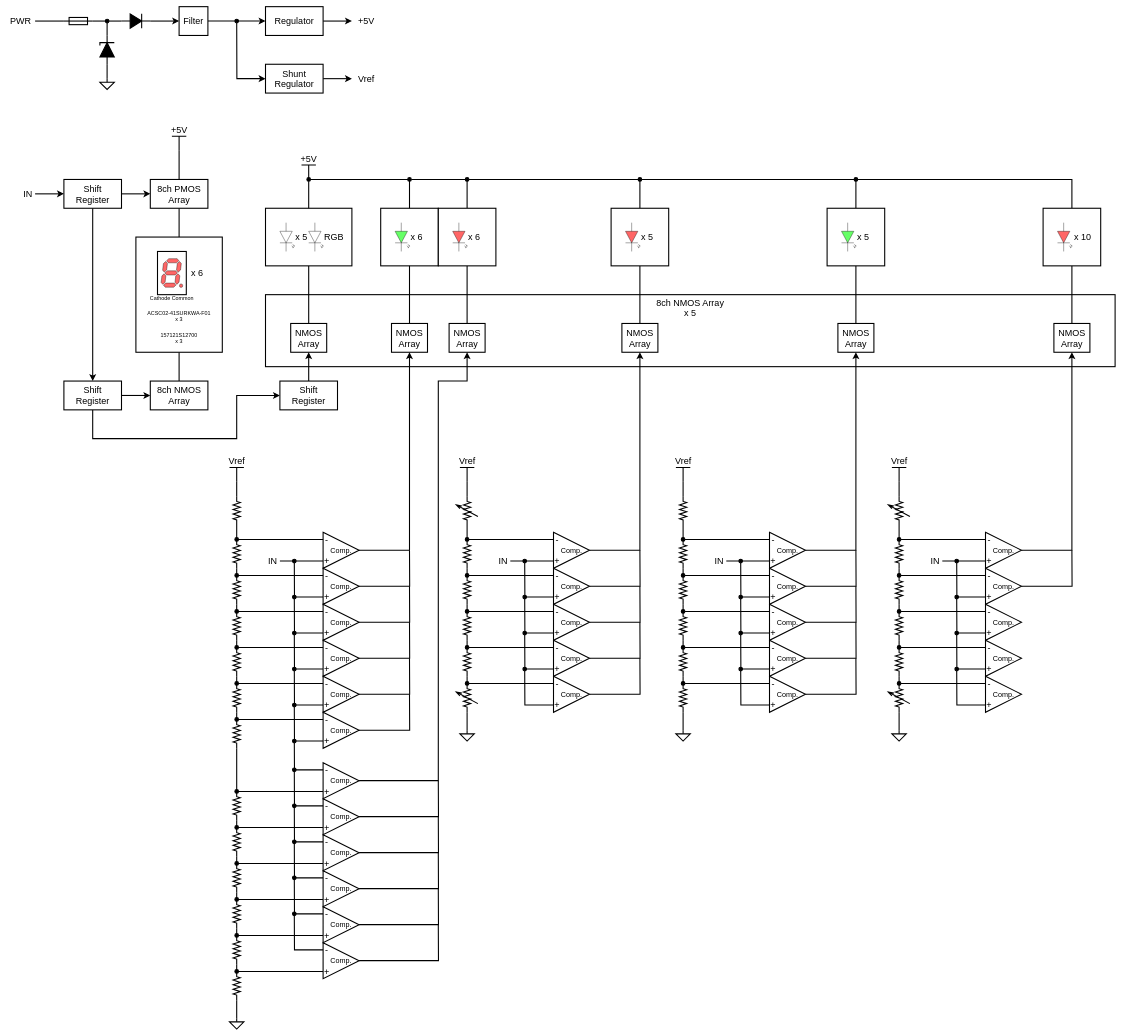
The draw.io diagram designdocs/block-diagram.drawio in ST04-tkmr/FET-PCB-meter, before the edit. Source tidied: cells renumbered, new cells numbered last; positions are measured from the earlier drawing's top-left corner, leaving out a move shared by most shapes. Both pictures are drawn from the tidied source at 36%, with x=0, y=0 at pixel (6, 6).
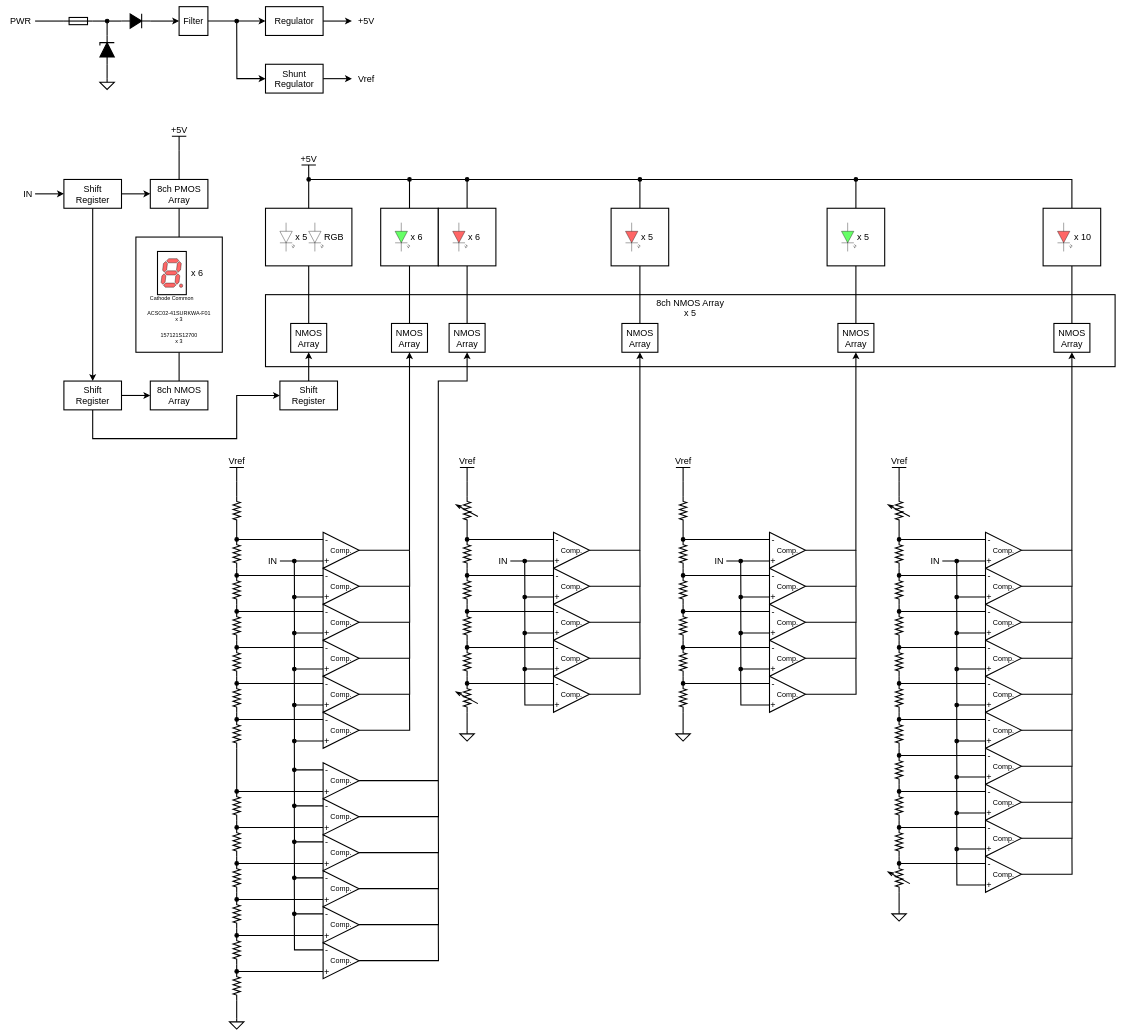
After the change.

Commit message:
add comparators for LED x 10

Unchanged cells that the change refers to:
```xml
<mxCell id="181" value="Comp." style="triangle;whiteSpace=wrap;html=1;fontSize=20;strokeWidth=3;" parent="1" vertex="1">
  <mxGeometry x="2720" y="1660" width="100" height="100" as="geometry" />
</mxCell>
<mxCell id="186" value="Comp." style="triangle;whiteSpace=wrap;html=1;fontSize=20;strokeWidth=3;" parent="1" vertex="1">
  <mxGeometry x="2720" y="1760" width="100" height="100" as="geometry" />
</mxCell>
<mxCell id="188" value="-" style="text;html=1;align=center;verticalAlign=middle;whiteSpace=wrap;rounded=0;fontSize=25;" parent="1" vertex="1">
  <mxGeometry x="2720" y="1770" width="20" height="20" as="geometry" />
</mxCell>
<mxCell id="191" value="Comp." style="triangle;whiteSpace=wrap;html=1;fontSize=20;strokeWidth=3;" parent="1" vertex="1">
  <mxGeometry x="2720" y="1860" width="100" height="100" as="geometry" />
</mxCell>
<mxCell id="193" value="-" style="text;html=1;align=center;verticalAlign=middle;whiteSpace=wrap;rounded=0;fontSize=25;" parent="1" vertex="1">
  <mxGeometry x="2720" y="1870" width="20" height="20" as="geometry" />
</mxCell>
<mxCell id="196" style="verticalLabelPosition=bottom;shadow=0;dashed=0;align=center;html=1;verticalAlign=top;shape=mxgraph.electrical.resistors.resistor_2;rotation=90;strokeWidth=3;" parent="1" vertex="1">
  <mxGeometry x="2440" y="1810" width="80" height="20" as="geometry" />
</mxCell>
```

What changed in the source:
```diff
@@
+    <mxCell id="321" style="edgeStyle=orthogonalEdgeStyle;shape=connector;rounded=0;jettySize=auto;html=1;exitX=1;exitY=0.5;exitDx=0;exitDy=0;strokeColor=default;strokeWidth=3;align=center;verticalAlign=middle;fontFamily=Helvetica;fontSize=11;fontColor=default;labelBackgroundColor=default;startFill=0;startSize=6;endArrow=none;endFill=1;endSize=10;" parent="1" edge="1" source="181">
+      <mxGeometry relative="1" as="geometry">
+        <mxPoint x="2960" y="1610" as="targetPoint" />
+      </mxGeometry>
+    </mxCell>
@@
+    <mxCell id="322" style="edgeStyle=orthogonalEdgeStyle;shape=connector;rounded=0;jettySize=auto;html=1;exitX=1;exitY=0.5;exitDx=0;exitDy=0;strokeColor=default;strokeWidth=3;align=center;verticalAlign=middle;fontFamily=Helvetica;fontSize=11;fontColor=default;labelBackgroundColor=default;startFill=0;startSize=6;endArrow=none;endFill=1;endSize=10;" parent="1" edge="1" source="186">
+      <mxGeometry relative="1" as="geometry">
+        <mxPoint x="2960" y="1710" as="targetPoint" />
+      </mxGeometry>
+    </mxCell>
@@
-    <mxCell id="187" style="edgeStyle=orthogonalEdgeStyle;shape=connector;rounded=0;jettySize=auto;html=1;exitX=0;exitY=0.5;exitDx=0;exitDy=0;strokeColor=default;strokeWidth=3;align=center;verticalAlign=middle;fontFamily=Helvetica;fontSize=11;fontColor=default;labelBackgroundColor=default;startFill=0;startSize=6;endArrow=oval;endFill=1;endSize=10;entryX=0;entryY=0.5;entryDx=0;entryDy=0;entryPerimeter=0;" parent="1" edge="1" source="188" target="196">
-      <mxGeometry relative="1" as="geometry">
-        <Array as="points">
-          <mxPoint x="2550" y="1780" />
-          <mxPoint x="2550" y="1780" />
-        </Array>
-      </mxGeometry>
+    <mxCell id="187" style="shape=connector;rounded=0;jettySize=auto;html=1;exitX=0;exitY=0.5;exitDx=0;exitDy=0;strokeColor=default;strokeWidth=3;align=center;verticalAlign=middle;fontFamily=Helvetica;fontSize=11;fontColor=default;labelBackgroundColor=default;startFill=0;startSize=6;endArrow=oval;endFill=1;endSize=10;entryX=0;entryY=0.5;entryDx=0;entryDy=0;entryPerimeter=0;" parent="1" edge="1" source="188" target="196">
+      <mxGeometry relative="1" as="geometry" />
     </mxCell>
@@
+    <mxCell id="323" style="edgeStyle=orthogonalEdgeStyle;shape=connector;rounded=0;jettySize=auto;html=1;exitX=1;exitY=0.5;exitDx=0;exitDy=0;strokeColor=default;strokeWidth=3;align=center;verticalAlign=middle;fontFamily=Helvetica;fontSize=11;fontColor=default;labelBackgroundColor=default;startFill=0;startSize=6;endArrow=none;endFill=1;endSize=10;" parent="1" edge="1" source="191">
+      <mxGeometry relative="1" as="geometry">
+        <mxPoint x="2960" y="1810" as="targetPoint" />
+      </mxGeometry>
+    </mxCell>
@@
-    <mxCell id="192" style="edgeStyle=orthogonalEdgeStyle;shape=connector;rounded=0;jettySize=auto;html=1;exitX=0;exitY=0.5;exitDx=0;exitDy=0;strokeColor=default;strokeWidth=3;align=center;verticalAlign=middle;fontFamily=Helvetica;fontSize=11;fontColor=default;labelBackgroundColor=default;startFill=0;endArrow=oval;endFill=1;startSize=6;endSize=10;entryX=1;entryY=0.5;entryDx=0;entryDy=0;entryPerimeter=0;" parent="1" edge="1" source="193" target="208">
-      <mxGeometry relative="1" as="geometry">
-        <Array as="points">
-          <mxPoint x="2550" y="1880" />
-          <mxPoint x="2550" y="1880" />
-        </Array>
-      </mxGeometry>
-    </mxCell>
@@
     <mxCell id="200" style="verticalLabelPosition=bottom;shadow=0;dashed=0;align=center;html=1;verticalAlign=top;shape=mxgraph.electrical.signal_sources.signal_ground;strokeWidth=3;" parent="1" vertex="1">
-      <mxGeometry x="2460" y="2010" width="40" height="30" as="geometry" />
+      <mxGeometry x="2460" y="2510" width="40" height="30" as="geometry" />
     </mxCell>
@@
     <mxCell id="208" style="verticalLabelPosition=bottom;shadow=0;dashed=0;align=center;html=1;verticalAlign=top;shape=mxgraph.electrical.resistors.variable_resistor_2;fontFamily=Helvetica;fontSize=11;fontColor=default;labelBackgroundColor=default;rotation=-90;strokeWidth=3;" parent="1" vertex="1">
-      <mxGeometry x="2440" y="1890" width="80" height="60" as="geometry" />
+      <mxGeometry x="2440" y="2390" width="80" height="60" as="geometry" />
     </mxCell>
-    <mxCell id="209" style="edgeStyle=orthogonalEdgeStyle;shape=connector;rounded=0;jettySize=auto;html=1;exitX=1;exitY=0.5;exitDx=0;exitDy=0;exitPerimeter=0;entryX=1;entryY=0.5;entryDx=0;entryDy=0;entryPerimeter=0;strokeColor=default;strokeWidth=3;align=center;verticalAlign=middle;fontFamily=Helvetica;fontSize=11;fontColor=default;labelBackgroundColor=default;startFill=0;startSize=6;endArrow=none;endFill=1;endSize=10;" parent="1" edge="1" source="208" target="196">
-      <mxGeometry relative="1" as="geometry" />
-    </mxCell>
@@
+    <mxCell id="324" style="edgeStyle=orthogonalEdgeStyle;shape=connector;rounded=0;jettySize=auto;html=1;exitX=1;exitY=0.5;exitDx=0;exitDy=0;strokeColor=default;strokeWidth=3;align=center;verticalAlign=middle;fontFamily=Helvetica;fontSize=11;fontColor=default;labelBackgroundColor=default;startFill=0;startSize=6;endArrow=none;endFill=1;endSize=10;" parent="1" edge="1" source="325">
+      <mxGeometry relative="1" as="geometry">
+        <mxPoint x="2960" y="1910" as="targetPoint" />
+      </mxGeometry>
+    </mxCell>
+    <mxCell id="325" value="Comp." style="triangle;whiteSpace=wrap;html=1;fontSize=20;strokeWidth=3;" parent="1" vertex="1">
+      <mxGeometry x="2720" y="1960" width="100" height="100" as="geometry" />
+    </mxCell>
+    <mxCell id="326" value="-" style="text;html=1;align=center;verticalAlign=middle;whiteSpace=wrap;rounded=0;fontSize=25;" parent="1" vertex="1">
+      <mxGeometry x="2720" y="1970" width="20" height="20" as="geometry" />
+    </mxCell>
+    <mxCell id="327" style="edgeStyle=orthogonalEdgeStyle;shape=connector;rounded=0;jettySize=auto;html=1;exitX=0;exitY=0.5;exitDx=0;exitDy=0;strokeColor=default;strokeWidth=3;align=center;verticalAlign=middle;fontFamily=Helvetica;fontSize=11;fontColor=default;labelBackgroundColor=default;startFill=0;startSize=6;endArrow=oval;endFill=1;endSize=10;" parent="1" edge="1" source="328">
+      <mxGeometry relative="1" as="geometry">
+        <mxPoint x="2640" y="1940" as="targetPoint" />
+      </mxGeometry>
+    </mxCell>
+    <mxCell id="328" value="+" style="text;html=1;align=center;verticalAlign=middle;whiteSpace=wrap;rounded=0;fontSize=25;" parent="1" vertex="1">
+      <mxGeometry x="2720" y="2030" width="20" height="20" as="geometry" />
+    </mxCell>
+    <mxCell id="329" style="edgeStyle=orthogonalEdgeStyle;shape=connector;rounded=0;jettySize=auto;html=1;exitX=1;exitY=0.5;exitDx=0;exitDy=0;strokeColor=default;strokeWidth=3;align=center;verticalAlign=middle;fontFamily=Helvetica;fontSize=11;fontColor=default;labelBackgroundColor=default;startFill=0;startSize=6;endArrow=none;endFill=1;endSize=10;" parent="1" edge="1" source="330">
+      <mxGeometry relative="1" as="geometry">
+        <mxPoint x="2960" y="2010" as="targetPoint" />
+      </mxGeometry>
+    </mxCell>
+    <mxCell id="330" value="Comp." style="triangle;whiteSpace=wrap;html=1;fontSize=20;strokeWidth=3;" parent="1" vertex="1">
+      <mxGeometry x="2720" y="2060" width="100" height="100" as="geometry" />
+    </mxCell>
+    <mxCell id="331" value="-" style="text;html=1;align=center;verticalAlign=middle;whiteSpace=wrap;rounded=0;fontSize=25;" parent="1" vertex="1">
+      <mxGeometry x="2720" y="2070" width="20" height="20" as="geometry" />
+    </mxCell>
+    <mxCell id="332" style="edgeStyle=orthogonalEdgeStyle;shape=connector;rounded=0;jettySize=auto;html=1;exitX=0;exitY=0.5;exitDx=0;exitDy=0;strokeColor=default;strokeWidth=3;align=center;verticalAlign=middle;fontFamily=Helvetica;fontSize=11;fontColor=default;labelBackgroundColor=default;startFill=0;startSize=6;endArrow=oval;endFill=1;endSize=10;" parent="1" edge="1" source="333">
+      <mxGeometry relative="1" as="geometry">
+        <mxPoint x="2640" y="2040" as="targetPoint" />
+      </mxGeometry>
+    </mxCell>
+    <mxCell id="333" value="+" style="text;html=1;align=center;verticalAlign=middle;whiteSpace=wrap;rounded=0;fontSize=25;" parent="1" vertex="1">
+      <mxGeometry x="2720" y="2130" width="20" height="20" as="geometry" />
+    </mxCell>
+    <mxCell id="334" style="edgeStyle=orthogonalEdgeStyle;shape=connector;rounded=0;jettySize=auto;html=1;exitX=1;exitY=0.5;exitDx=0;exitDy=0;strokeColor=default;strokeWidth=3;align=center;verticalAlign=middle;fontFamily=Helvetica;fontSize=11;fontColor=default;labelBackgroundColor=default;startFill=0;startSize=6;endArrow=none;endFill=1;endSize=10;" parent="1" edge="1" source="335">
+      <mxGeometry relative="1" as="geometry">
+        <mxPoint x="2960" y="2110" as="targetPoint" />
+      </mxGeometry>
+    </mxCell>
+    <mxCell id="335" value="Comp." style="triangle;whiteSpace=wrap;html=1;fontSize=20;strokeWidth=3;" parent="1" vertex="1">
+      <mxGeometry x="2720" y="2160" width="100" height="100" as="geometry" />
+    </mxCell>
+    <mxCell id="336" value="-" style="text;html=1;align=center;verticalAlign=middle;whiteSpace=wrap;rounded=0;fontSize=25;" parent="1" vertex="1">
+      <mxGeometry x="2720" y="2170" width="20" height="20" as="geometry" />
+    </mxCell>
+    <mxCell id="337" style="edgeStyle=orthogonalEdgeStyle;shape=connector;rounded=0;jettySize=auto;html=1;exitX=0;exitY=0.5;exitDx=0;exitDy=0;strokeColor=default;strokeWidth=3;align=center;verticalAlign=middle;fontFamily=Helvetica;fontSize=11;fontColor=default;labelBackgroundColor=default;startFill=0;startSize=6;endArrow=oval;endFill=1;endSize=10;" parent="1" edge="1" source="338">
+      <mxGeometry relative="1" as="geometry">
+        <mxPoint x="2640" y="2140" as="targetPoint" />
+      </mxGeometry>
+    </mxCell>
+    <mxCell id="338" value="+" style="text;html=1;align=center;verticalAlign=middle;whiteSpace=wrap;rounded=0;fontSize=25;" parent="1" vertex="1">
+      <mxGeometry x="2720" y="2230" width="20" height="20" as="geometry" />
+    </mxCell>
+    <mxCell id="339" style="edgeStyle=orthogonalEdgeStyle;shape=connector;rounded=0;jettySize=auto;html=1;exitX=1;exitY=0.5;exitDx=0;exitDy=0;strokeColor=default;strokeWidth=3;align=center;verticalAlign=middle;fontFamily=Helvetica;fontSize=11;fontColor=default;labelBackgroundColor=default;startFill=0;startSize=6;endArrow=none;endFill=1;endSize=10;" parent="1" edge="1" source="340">
+      <mxGeometry relative="1" as="geometry">
+        <mxPoint x="2960" y="2210" as="targetPoint" />
+      </mxGeometry>
+    </mxCell>
+    <mxCell id="340" value="Comp." style="triangle;whiteSpace=wrap;html=1;fontSize=20;strokeWidth=3;" parent="1" vertex="1">
+      <mxGeometry x="2720" y="2260" width="100" height="100" as="geometry" />
+    </mxCell>
+    <mxCell id="341" value="-" style="text;html=1;align=center;verticalAlign=middle;whiteSpace=wrap;rounded=0;fontSize=25;" parent="1" vertex="1">
+      <mxGeometry x="2720" y="2270" width="20" height="20" as="geometry" />
+    </mxCell>
+    <mxCell id="342" style="edgeStyle=orthogonalEdgeStyle;shape=connector;rounded=0;jettySize=auto;html=1;exitX=0;exitY=0.5;exitDx=0;exitDy=0;strokeColor=default;strokeWidth=3;align=center;verticalAlign=middle;fontFamily=Helvetica;fontSize=11;fontColor=default;labelBackgroundColor=default;startFill=0;startSize=6;endArrow=oval;endFill=1;endSize=10;" parent="1" edge="1" source="343">
+      <mxGeometry relative="1" as="geometry">
+        <mxPoint x="2640" y="2240" as="targetPoint" />
+      </mxGeometry>
+    </mxCell>
+    <mxCell id="343" value="+" style="text;html=1;align=center;verticalAlign=middle;whiteSpace=wrap;rounded=0;fontSize=25;" parent="1" vertex="1">
+      <mxGeometry x="2720" y="2330" width="20" height="20" as="geometry" />
+    </mxCell>
+    <mxCell id="344" style="edgeStyle=orthogonalEdgeStyle;shape=connector;rounded=0;jettySize=auto;html=1;exitX=1;exitY=0.5;exitDx=0;exitDy=0;strokeColor=default;strokeWidth=3;align=center;verticalAlign=middle;fontFamily=Helvetica;fontSize=11;fontColor=default;labelBackgroundColor=default;startFill=0;startSize=6;endArrow=none;endFill=1;endSize=10;" parent="1" edge="1" source="345">
+      <mxGeometry relative="1" as="geometry">
+        <mxPoint x="2960" y="2310" as="targetPoint" />
+      </mxGeometry>
+    </mxCell>
+    <mxCell id="345" value="Comp." style="triangle;whiteSpace=wrap;html=1;fontSize=20;strokeWidth=3;" parent="1" vertex="1">
+      <mxGeometry x="2720" y="2360" width="100" height="100" as="geometry" />
+    </mxCell>
+    <mxCell id="346" value="-" style="text;html=1;align=center;verticalAlign=middle;whiteSpace=wrap;rounded=0;fontSize=25;" parent="1" vertex="1">
+      <mxGeometry x="2720" y="2370" width="20" height="20" as="geometry" />
+    </mxCell>
+    <mxCell id="347" style="edgeStyle=orthogonalEdgeStyle;shape=connector;rounded=0;jettySize=auto;html=1;exitX=0;exitY=0.5;exitDx=0;exitDy=0;strokeColor=default;strokeWidth=3;align=center;verticalAlign=middle;fontFamily=Helvetica;fontSize=11;fontColor=default;labelBackgroundColor=default;startFill=0;startSize=6;endArrow=oval;endFill=1;endSize=10;" parent="1" edge="1" source="348">
+      <mxGeometry relative="1" as="geometry">
+        <mxPoint x="2640" y="2340" as="targetPoint" />
+      </mxGeometry>
+    </mxCell>
+    <mxCell id="348" value="+" style="text;html=1;align=center;verticalAlign=middle;whiteSpace=wrap;rounded=0;fontSize=25;" parent="1" vertex="1">
+      <mxGeometry x="2720" y="2430" width="20" height="20" as="geometry" />
+    </mxCell>
+    <mxCell id="349" style="edgeStyle=orthogonalEdgeStyle;shape=connector;rounded=0;jettySize=auto;html=1;exitX=0;exitY=0.5;exitDx=0;exitDy=0;entryX=1;entryY=0.5;entryDx=0;entryDy=0;entryPerimeter=0;strokeColor=default;strokeWidth=3;align=center;verticalAlign=middle;fontFamily=Helvetica;fontSize=11;fontColor=default;labelBackgroundColor=default;startFill=0;startSize=6;endArrow=oval;endFill=1;endSize=10;" parent="1" edge="1" source="346" target="208">
+      <mxGeometry relative="1" as="geometry">
+        <Array as="points">
+          <mxPoint x="2540" y="2380" />
+          <mxPoint x="2540" y="2380" />
+        </Array>
+      </mxGeometry>
+    </mxCell>
+    <mxCell id="350" style="verticalLabelPosition=bottom;shadow=0;dashed=0;align=center;html=1;verticalAlign=top;shape=mxgraph.electrical.resistors.resistor_2;rotation=90;strokeWidth=3;" parent="1" vertex="1">
+      <mxGeometry x="2440" y="1910" width="80" height="20" as="geometry" />
+    </mxCell>
+    <mxCell id="351" style="verticalLabelPosition=bottom;shadow=0;dashed=0;align=center;html=1;verticalAlign=top;shape=mxgraph.electrical.resistors.resistor_2;rotation=90;strokeWidth=3;" parent="1" vertex="1">
+      <mxGeometry x="2440" y="2010" width="80" height="20" as="geometry" />
+    </mxCell>
+    <mxCell id="352" style="verticalLabelPosition=bottom;shadow=0;dashed=0;align=center;html=1;verticalAlign=top;shape=mxgraph.electrical.resistors.resistor_2;rotation=90;strokeWidth=3;" parent="1" vertex="1">
+      <mxGeometry x="2440" y="2110" width="80" height="20" as="geometry" />
+    </mxCell>
+    <mxCell id="353" style="verticalLabelPosition=bottom;shadow=0;dashed=0;align=center;html=1;verticalAlign=top;shape=mxgraph.electrical.resistors.resistor_2;rotation=90;strokeWidth=3;" parent="1" vertex="1">
+      <mxGeometry x="2440" y="2210" width="80" height="20" as="geometry" />
+    </mxCell>
+    <mxCell id="354" style="verticalLabelPosition=bottom;shadow=0;dashed=0;align=center;html=1;verticalAlign=top;shape=mxgraph.electrical.resistors.resistor_2;rotation=90;strokeWidth=3;" parent="1" vertex="1">
+      <mxGeometry x="2440" y="2310" width="80" height="20" as="geometry" />
+    </mxCell>
+    <mxCell id="355" style="edgeStyle=orthogonalEdgeStyle;shape=connector;rounded=0;jettySize=auto;html=1;exitX=1;exitY=0.5;exitDx=0;exitDy=0;exitPerimeter=0;entryX=0;entryY=0.5;entryDx=0;entryDy=0;entryPerimeter=0;strokeColor=default;strokeWidth=3;align=center;verticalAlign=middle;fontFamily=Helvetica;fontSize=11;fontColor=default;labelBackgroundColor=default;startFill=0;startSize=6;endArrow=none;endFill=1;endSize=10;" parent="1" edge="1" source="196" target="350">
+      <mxGeometry relative="1" as="geometry" />
+    </mxCell>
+    <mxCell id="356" style="edgeStyle=orthogonalEdgeStyle;shape=connector;rounded=0;jettySize=auto;html=1;exitX=1;exitY=0.5;exitDx=0;exitDy=0;exitPerimeter=0;entryX=0;entryY=0.5;entryDx=0;entryDy=0;entryPerimeter=0;strokeColor=default;strokeWidth=3;align=center;verticalAlign=middle;fontFamily=Helvetica;fontSize=11;fontColor=default;labelBackgroundColor=default;startFill=0;startSize=6;endArrow=none;endFill=1;endSize=10;" parent="1" edge="1" source="350" target="351">
+      <mxGeometry relative="1" as="geometry" />
+    </mxCell>
+    <mxCell id="357" style="edgeStyle=orthogonalEdgeStyle;shape=connector;rounded=0;jettySize=auto;html=1;exitX=1;exitY=0.5;exitDx=0;exitDy=0;exitPerimeter=0;entryX=0;entryY=0.5;entryDx=0;entryDy=0;entryPerimeter=0;strokeColor=default;strokeWidth=3;align=center;verticalAlign=middle;fontFamily=Helvetica;fontSize=11;fontColor=default;labelBackgroundColor=default;startFill=0;startSize=6;endArrow=none;endFill=1;endSize=10;" parent="1" edge="1" source="351" target="352">
+      <mxGeometry relative="1" as="geometry" />
+    </mxCell>
+    <mxCell id="358" style="edgeStyle=orthogonalEdgeStyle;shape=connector;rounded=0;jettySize=auto;html=1;exitX=1;exitY=0.5;exitDx=0;exitDy=0;exitPerimeter=0;entryX=0;entryY=0.5;entryDx=0;entryDy=0;entryPerimeter=0;strokeColor=default;strokeWidth=3;align=center;verticalAlign=middle;fontFamily=Helvetica;fontSize=11;fontColor=default;labelBackgroundColor=default;startFill=0;startSize=6;endArrow=none;endFill=1;endSize=10;" parent="1" edge="1" source="352" target="353">
+      <mxGeometry relative="1" as="geometry" />
+    </mxCell>
+    <mxCell id="359" style="edgeStyle=orthogonalEdgeStyle;shape=connector;rounded=0;jettySize=auto;html=1;exitX=1;exitY=0.5;exitDx=0;exitDy=0;exitPerimeter=0;entryX=0;entryY=0.5;entryDx=0;entryDy=0;entryPerimeter=0;strokeColor=default;strokeWidth=3;align=center;verticalAlign=middle;fontFamily=Helvetica;fontSize=11;fontColor=default;labelBackgroundColor=default;startFill=0;startSize=6;endArrow=none;endFill=1;endSize=10;" parent="1" edge="1" source="353" target="354">
+      <mxGeometry relative="1" as="geometry" />
+    </mxCell>
+    <mxCell id="360" style="edgeStyle=orthogonalEdgeStyle;shape=connector;rounded=0;jettySize=auto;html=1;exitX=1;exitY=0.5;exitDx=0;exitDy=0;exitPerimeter=0;entryX=1;entryY=0.5;entryDx=0;entryDy=0;entryPerimeter=0;strokeColor=default;strokeWidth=3;align=center;verticalAlign=middle;fontFamily=Helvetica;fontSize=11;fontColor=default;labelBackgroundColor=default;startFill=0;startSize=6;endArrow=none;endFill=1;endSize=10;" parent="1" edge="1" source="354" target="208">
+      <mxGeometry relative="1" as="geometry" />
+    </mxCell>
+    <mxCell id="361" style="edgeStyle=none;shape=connector;rounded=0;jettySize=auto;html=1;exitX=0;exitY=0.5;exitDx=0;exitDy=0;entryX=0;entryY=0.5;entryDx=0;entryDy=0;entryPerimeter=0;strokeColor=default;strokeWidth=3;align=center;verticalAlign=middle;fontFamily=Helvetica;fontSize=11;fontColor=default;labelBackgroundColor=default;startFill=0;startSize=6;endArrow=oval;endFill=1;endSize=10;" parent="1" edge="1" source="193" target="350">
+      <mxGeometry relative="1" as="geometry" />
+    </mxCell>
+    <mxCell id="362" style="edgeStyle=none;shape=connector;rounded=0;jettySize=auto;html=1;exitX=0;exitY=0.5;exitDx=0;exitDy=0;entryX=0;entryY=0.5;entryDx=0;entryDy=0;entryPerimeter=0;strokeColor=default;strokeWidth=3;align=center;verticalAlign=middle;fontFamily=Helvetica;fontSize=11;fontColor=default;labelBackgroundColor=default;startFill=0;startSize=6;endArrow=oval;endFill=1;endSize=10;" parent="1" edge="1" source="326" target="351">
+      <mxGeometry relative="1" as="geometry" />
+    </mxCell>
+    <mxCell id="363" style="edgeStyle=none;shape=connector;rounded=0;jettySize=auto;html=1;exitX=0;exitY=0.5;exitDx=0;exitDy=0;entryX=0;entryY=0.5;entryDx=0;entryDy=0;entryPerimeter=0;strokeColor=default;strokeWidth=3;align=center;verticalAlign=middle;fontFamily=Helvetica;fontSize=11;fontColor=default;labelBackgroundColor=default;startFill=0;startSize=6;endArrow=oval;endFill=1;endSize=10;" parent="1" edge="1" source="331" target="352">
+      <mxGeometry relative="1" as="geometry" />
+    </mxCell>
+    <mxCell id="364" style="edgeStyle=none;shape=connector;rounded=0;jettySize=auto;html=1;exitX=0;exitY=0.5;exitDx=0;exitDy=0;entryX=0;entryY=0.5;entryDx=0;entryDy=0;entryPerimeter=0;strokeColor=default;strokeWidth=3;align=center;verticalAlign=middle;fontFamily=Helvetica;fontSize=11;fontColor=default;labelBackgroundColor=default;startFill=0;startSize=6;endArrow=oval;endFill=1;endSize=10;" parent="1" edge="1" source="336" target="353">
+      <mxGeometry relative="1" as="geometry" />
+    </mxCell>
+    <mxCell id="365" style="edgeStyle=none;shape=connector;rounded=0;jettySize=auto;html=1;exitX=0;exitY=0.5;exitDx=0;exitDy=0;entryX=0;entryY=0.5;entryDx=0;entryDy=0;entryPerimeter=0;strokeColor=default;strokeWidth=3;align=center;verticalAlign=middle;fontFamily=Helvetica;fontSize=11;fontColor=default;labelBackgroundColor=default;startFill=0;startSize=6;endArrow=oval;endFill=1;endSize=10;" parent="1" edge="1" source="341" target="354">
+      <mxGeometry relative="1" as="geometry" />
+    </mxCell>
```
